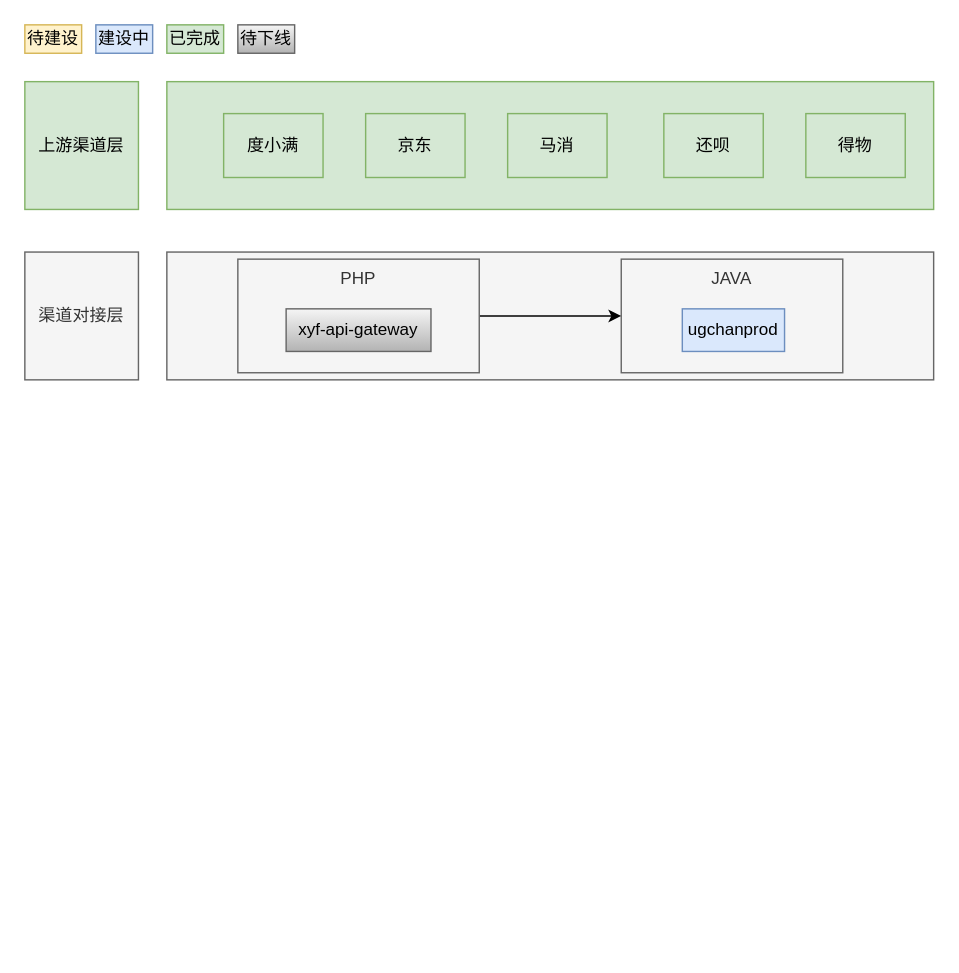
Earlier version of the draw.io diagram api渠道应用概览图.drawio (yuanlj-tea/picgo). Source tidied: cells renumbered, new cells numbered last; positions are measured from the earlier drawing's top-left corner, leaving out a move shared by most shapes. Both pictures are drawn from the tidied source at 142%, with x=0, y=0 at pixel (24, 24).
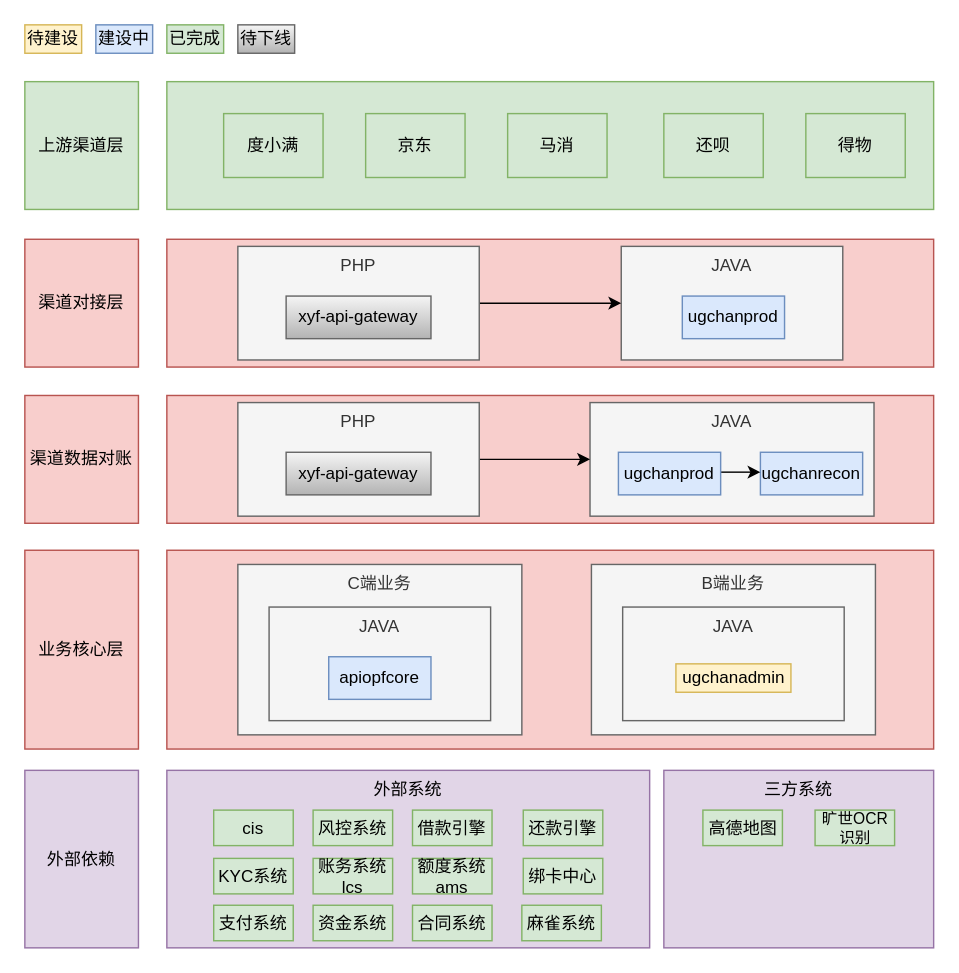
The same page after the edit.

Commit message:
更新api渠道应用概览图.drawio

The edit, as a diff of the source:
```diff
@@
-    <mxCell id="9" value="渠道对接层" style="rounded=0;whiteSpace=wrap;html=1;labelBackgroundColor=none;fillColor=#f5f5f5;fontColor=#333333;strokeColor=#666666;" parent="1" vertex="1">
-      <mxGeometry y="160" width="80" height="90" as="geometry" />
+    <mxCell id="9" value="渠道对接层" style="rounded=0;whiteSpace=wrap;html=1;labelBackgroundColor=none;fillColor=#f8cecc;strokeColor=#b85450;" parent="1" vertex="1">
+      <mxGeometry y="151" width="80" height="90" as="geometry" />
     </mxCell>
-    <mxCell id="10" style="rounded=0;whiteSpace=wrap;html=1;labelBackgroundColor=none;fillColor=#f5f5f5;fontColor=#333333;strokeColor=#666666;" parent="1" vertex="1">
-      <mxGeometry x="100" y="160" width="540" height="90" as="geometry" />
+    <mxCell id="10" style="rounded=0;whiteSpace=wrap;html=1;labelBackgroundColor=none;fillColor=#f8cecc;strokeColor=#b85450;" parent="1" vertex="1">
+      <mxGeometry x="100" y="151" width="540" height="90" as="geometry" />
     </mxCell>
     <mxCell id="11" value="JAVA" style="rounded=0;whiteSpace=wrap;html=1;verticalAlign=top;labelBackgroundColor=none;fillColor=#f5f5f5;fontColor=#333333;strokeColor=#666666;" parent="1" vertex="1">
-      <mxGeometry x="420" y="165" width="156" height="80" as="geometry" />
+      <mxGeometry x="420" y="156" width="156" height="80" as="geometry" />
     </mxCell>
     <mxCell id="12" value="ugchanprod" style="text;html=1;align=center;verticalAlign=middle;whiteSpace=wrap;rounded=0;labelBackgroundColor=none;fillColor=#dae8fc;strokeColor=#6c8ebf;" parent="1" vertex="1">
-      <mxGeometry x="463" y="200" width="72" height="30" as="geometry" />
+      <mxGeometry x="463" y="191" width="72" height="30" as="geometry" />
     </mxCell>
@@
     <mxCell id="14" value="PHP" style="rounded=0;whiteSpace=wrap;html=1;verticalAlign=top;labelBackgroundColor=none;fillColor=#f5f5f5;fontColor=#333333;strokeColor=#666666;" parent="1" vertex="1">
-      <mxGeometry x="150" y="165" width="170" height="80" as="geometry" />
+      <mxGeometry x="150" y="156" width="170" height="80" as="geometry" />
     </mxCell>
     <mxCell id="15" value="xyf-api-gateway" style="text;html=1;align=center;verticalAlign=middle;whiteSpace=wrap;rounded=0;labelBackgroundColor=none;fillColor=#f5f5f5;gradientColor=#b3b3b3;strokeColor=#666666;" parent="1" vertex="1">
-      <mxGeometry x="184" y="200" width="102" height="30" as="geometry" />
+      <mxGeometry x="184" y="191" width="102" height="30" as="geometry" />
     </mxCell>
@@
+    <mxCell id="20" value="渠道数据对账" style="rounded=0;whiteSpace=wrap;html=1;labelBackgroundColor=none;fillColor=#f8cecc;strokeColor=#b85450;" parent="1" vertex="1">
+      <mxGeometry y="261" width="80" height="90" as="geometry" />
+    </mxCell>
+    <mxCell id="21" style="rounded=0;whiteSpace=wrap;html=1;labelBackgroundColor=none;fillColor=#f8cecc;strokeColor=#b85450;" parent="1" vertex="1">
+      <mxGeometry x="100" y="261" width="540" height="90" as="geometry" />
+    </mxCell>
+    <mxCell id="22" value="JAVA" style="rounded=0;whiteSpace=wrap;html=1;verticalAlign=top;labelBackgroundColor=none;fillColor=#f5f5f5;fontColor=#333333;strokeColor=#666666;" parent="1" vertex="1">
+      <mxGeometry x="398" y="266" width="200" height="80" as="geometry" />
+    </mxCell>
+    <mxCell id="23" value="ugchanrecon" style="text;html=1;align=center;verticalAlign=middle;whiteSpace=wrap;rounded=0;labelBackgroundColor=none;fillColor=#dae8fc;strokeColor=#6c8ebf;" parent="1" vertex="1">
+      <mxGeometry x="518" y="301" width="72" height="30" as="geometry" />
+    </mxCell>
+    <mxCell id="24" style="edgeStyle=orthogonalEdgeStyle;rounded=0;jettySize=auto;html=1;" parent="1" edge="1" source="25" target="22">
+      <mxGeometry relative="1" as="geometry" />
+    </mxCell>
+    <mxCell id="25" value="PHP" style="rounded=0;whiteSpace=wrap;html=1;verticalAlign=top;labelBackgroundColor=none;fillColor=#f5f5f5;fontColor=#333333;strokeColor=#666666;" parent="1" vertex="1">
+      <mxGeometry x="150" y="266" width="170" height="80" as="geometry" />
+    </mxCell>
+    <mxCell id="26" value="xyf-api-gateway" style="text;html=1;align=center;verticalAlign=middle;whiteSpace=wrap;rounded=0;labelBackgroundColor=none;fillColor=#f5f5f5;gradientColor=#b3b3b3;strokeColor=#666666;" parent="1" vertex="1">
+      <mxGeometry x="184" y="301" width="102" height="30" as="geometry" />
+    </mxCell>
+    <mxCell id="27" style="edgeStyle=orthogonalEdgeStyle;rounded=0;orthogonalLoop=1;jettySize=auto;html=1;entryX=0;entryY=0.5;entryDx=0;entryDy=0;" parent="1" edge="1">
+      <mxGeometry relative="1" as="geometry">
+        <mxPoint x="490" y="315" as="sourcePoint" />
+        <mxPoint x="518" y="315" as="targetPoint" />
+      </mxGeometry>
+    </mxCell>
+    <mxCell id="28" value="ugchanprod" style="text;html=1;align=center;verticalAlign=middle;whiteSpace=wrap;rounded=0;labelBackgroundColor=none;fillColor=#dae8fc;strokeColor=#6c8ebf;" parent="1" vertex="1">
+      <mxGeometry x="418" y="301" width="72" height="30" as="geometry" />
+    </mxCell>
+    <mxCell id="29" value="业务核心层" style="rounded=0;whiteSpace=wrap;html=1;labelBackgroundColor=none;fillColor=#f8cecc;strokeColor=#b85450;" parent="1" vertex="1">
+      <mxGeometry y="370" width="80" height="140" as="geometry" />
+    </mxCell>
+    <mxCell id="30" style="rounded=0;whiteSpace=wrap;html=1;labelBackgroundColor=none;fillColor=#f8cecc;strokeColor=#b85450;" parent="1" vertex="1">
+      <mxGeometry x="100" y="370" width="540" height="140" as="geometry" />
+    </mxCell>
+    <mxCell id="31" value="C端业务" style="rounded=0;whiteSpace=wrap;html=1;verticalAlign=top;labelBackgroundColor=none;fillColor=#f5f5f5;fontColor=#333333;strokeColor=#666666;" parent="1" vertex="1">
+      <mxGeometry x="150" y="380" width="200" height="120" as="geometry" />
+    </mxCell>
+    <mxCell id="32" value="外部依赖" style="rounded=0;whiteSpace=wrap;html=1;labelBackgroundColor=none;fillColor=#e1d5e7;strokeColor=#9673a6;" parent="1" vertex="1">
+      <mxGeometry y="525" width="80" height="125" as="geometry" />
+    </mxCell>
+    <mxCell id="33" value="B端业务" style="rounded=0;whiteSpace=wrap;html=1;verticalAlign=top;labelBackgroundColor=none;fillColor=#f5f5f5;fontColor=#333333;strokeColor=#666666;" parent="1" vertex="1">
+      <mxGeometry x="399" y="380" width="200" height="120" as="geometry" />
+    </mxCell>
+    <mxCell id="34" value="JAVA" style="rounded=0;whiteSpace=wrap;html=1;verticalAlign=top;labelBackgroundColor=none;fillColor=#f5f5f5;fontColor=#333333;strokeColor=#666666;" parent="1" vertex="1">
+      <mxGeometry x="421" y="410" width="156" height="80" as="geometry" />
+    </mxCell>
+    <mxCell id="35" value="ugchanadmin" style="rounded=0;whiteSpace=wrap;html=1;fillColor=#fff2cc;strokeColor=#d6b656;" parent="1" vertex="1">
+      <mxGeometry x="458.5" y="450" width="81" height="20" as="geometry" />
+    </mxCell>
+    <mxCell id="36" value="JAVA" style="rounded=0;whiteSpace=wrap;html=1;verticalAlign=top;labelBackgroundColor=none;fillColor=#f5f5f5;fontColor=#333333;strokeColor=#666666;" parent="1" vertex="1">
+      <mxGeometry x="172" y="410" width="156" height="80" as="geometry" />
+    </mxCell>
+    <mxCell id="37" value="apiopfcore" style="text;html=1;align=center;verticalAlign=middle;whiteSpace=wrap;rounded=0;labelBackgroundColor=none;fillColor=#dae8fc;strokeColor=#6c8ebf;" parent="1" vertex="1">
+      <mxGeometry x="214" y="445" width="72" height="30" as="geometry" />
+    </mxCell>
+    <mxCell id="38" value="外部系统" style="rounded=0;whiteSpace=wrap;html=1;labelBackgroundColor=none;fillColor=#e1d5e7;strokeColor=#9673a6;verticalAlign=top;" parent="1" vertex="1">
+      <mxGeometry x="100" y="525" width="340" height="125" as="geometry" />
+    </mxCell>
+    <mxCell id="39" value="cis" style="rounded=0;whiteSpace=wrap;html=1;labelBackgroundColor=none;fillColor=#d5e8d4;strokeColor=#82b366;" parent="1" vertex="1">
+      <mxGeometry x="133" y="553" width="56" height="25" as="geometry" />
+    </mxCell>
+    <mxCell id="40" value="风控系统" style="rounded=0;whiteSpace=wrap;html=1;labelBackgroundColor=none;fillColor=#d5e8d4;strokeColor=#82b366;" parent="1" vertex="1">
+      <mxGeometry x="203" y="553" width="56" height="25" as="geometry" />
+    </mxCell>
+    <mxCell id="41" value="三方系统" style="rounded=0;whiteSpace=wrap;html=1;labelBackgroundColor=none;fillColor=#e1d5e7;strokeColor=#9673a6;verticalAlign=top;" parent="1" vertex="1">
+      <mxGeometry x="450" y="525" width="190" height="125" as="geometry" />
+    </mxCell>
+    <mxCell id="42" value="借款引擎" style="rounded=0;whiteSpace=wrap;html=1;labelBackgroundColor=none;fillColor=#d5e8d4;strokeColor=#82b366;" parent="1" vertex="1">
+      <mxGeometry x="273" y="553" width="56" height="25" as="geometry" />
+    </mxCell>
+    <mxCell id="43" value="KYC系统" style="rounded=0;whiteSpace=wrap;html=1;labelBackgroundColor=none;fillColor=#d5e8d4;strokeColor=#82b366;" parent="1" vertex="1">
+      <mxGeometry x="133" y="587" width="56" height="25" as="geometry" />
+    </mxCell>
+    <mxCell id="44" value="还款引擎" style="rounded=0;whiteSpace=wrap;html=1;labelBackgroundColor=none;fillColor=#d5e8d4;strokeColor=#82b366;" parent="1" vertex="1">
+      <mxGeometry x="351" y="553" width="56" height="25" as="geometry" />
+    </mxCell>
+    <mxCell id="45" value="账务系统lcs" style="rounded=0;whiteSpace=wrap;html=1;labelBackgroundColor=none;fillColor=#d5e8d4;strokeColor=#82b366;" parent="1" vertex="1">
+      <mxGeometry x="203" y="587" width="56" height="25" as="geometry" />
+    </mxCell>
+    <mxCell id="46" value="额度系统ams" style="rounded=0;whiteSpace=wrap;html=1;labelBackgroundColor=none;fillColor=#d5e8d4;strokeColor=#82b366;" parent="1" vertex="1">
+      <mxGeometry x="273" y="587" width="56" height="25" as="geometry" />
+    </mxCell>
+    <mxCell id="47" value="绑卡中心" style="rounded=0;whiteSpace=wrap;html=1;labelBackgroundColor=none;fillColor=#d5e8d4;strokeColor=#82b366;" parent="1" vertex="1">
+      <mxGeometry x="351" y="587" width="56" height="25" as="geometry" />
+    </mxCell>
+    <mxCell id="48" value="支付系统" style="rounded=0;whiteSpace=wrap;html=1;labelBackgroundColor=none;fillColor=#d5e8d4;strokeColor=#82b366;" parent="1" vertex="1">
+      <mxGeometry x="133" y="620" width="56" height="25" as="geometry" />
+    </mxCell>
+    <mxCell id="49" value="资金系统" style="rounded=0;whiteSpace=wrap;html=1;labelBackgroundColor=none;fillColor=#d5e8d4;strokeColor=#82b366;" parent="1" vertex="1">
+      <mxGeometry x="203" y="620" width="56" height="25" as="geometry" />
+    </mxCell>
+    <mxCell id="50" value="合同系统" style="rounded=0;whiteSpace=wrap;html=1;labelBackgroundColor=none;fillColor=#d5e8d4;strokeColor=#82b366;" parent="1" vertex="1">
+      <mxGeometry x="273" y="620" width="56" height="25" as="geometry" />
+    </mxCell>
+    <mxCell id="51" value="麻雀系统" style="rounded=0;whiteSpace=wrap;html=1;labelBackgroundColor=none;fillColor=#d5e8d4;strokeColor=#82b366;" parent="1" vertex="1">
+      <mxGeometry x="350" y="620" width="56" height="25" as="geometry" />
+    </mxCell>
+    <mxCell id="52" value="高德地图" style="rounded=0;whiteSpace=wrap;html=1;labelBackgroundColor=none;fillColor=#d5e8d4;strokeColor=#82b366;" parent="1" vertex="1">
+      <mxGeometry x="477.5" y="553" width="56" height="25" as="geometry" />
+    </mxCell>
+    <mxCell id="53" value="旷世OCR识别" style="rounded=0;whiteSpace=wrap;html=1;labelBackgroundColor=none;fillColor=#d5e8d4;strokeColor=#82b366;fontSize=11;" parent="1" vertex="1">
+      <mxGeometry x="556.5" y="553" width="56" height="25" as="geometry" />
+    </mxCell>
```
